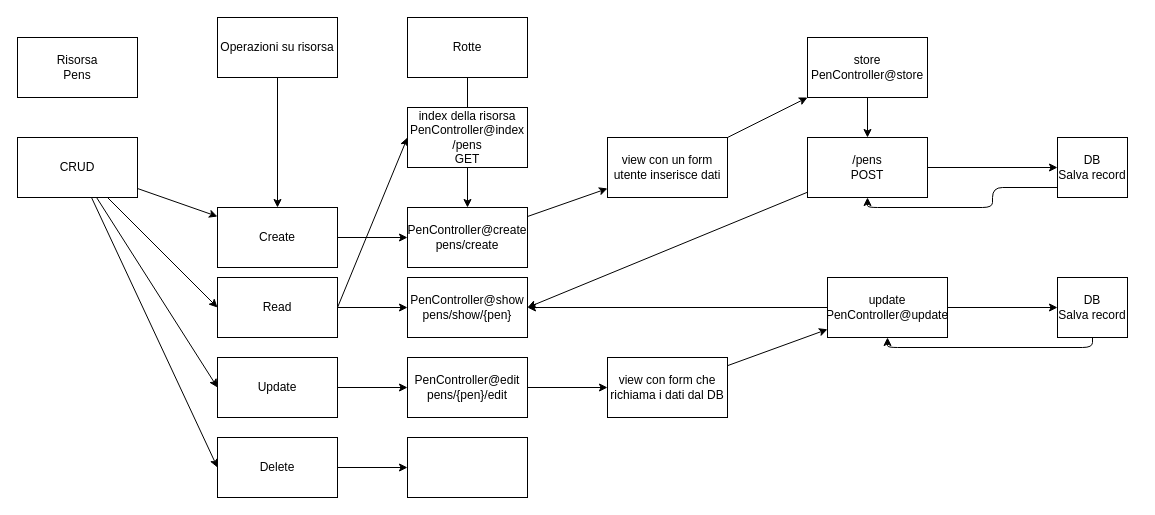
ChiaraPassaro/class49-crud-2 keeps this draw.io diagram as Crud.drawio. Above is the earlier version. Source tidied: cells renumbered, new cells numbered last; positions are measured from the earlier drawing's top-left corner, leaving out a move shared by most shapes. Both pictures are drawn from the tidied source at 100%, with x=0, y=0 at pixel (17, 17).
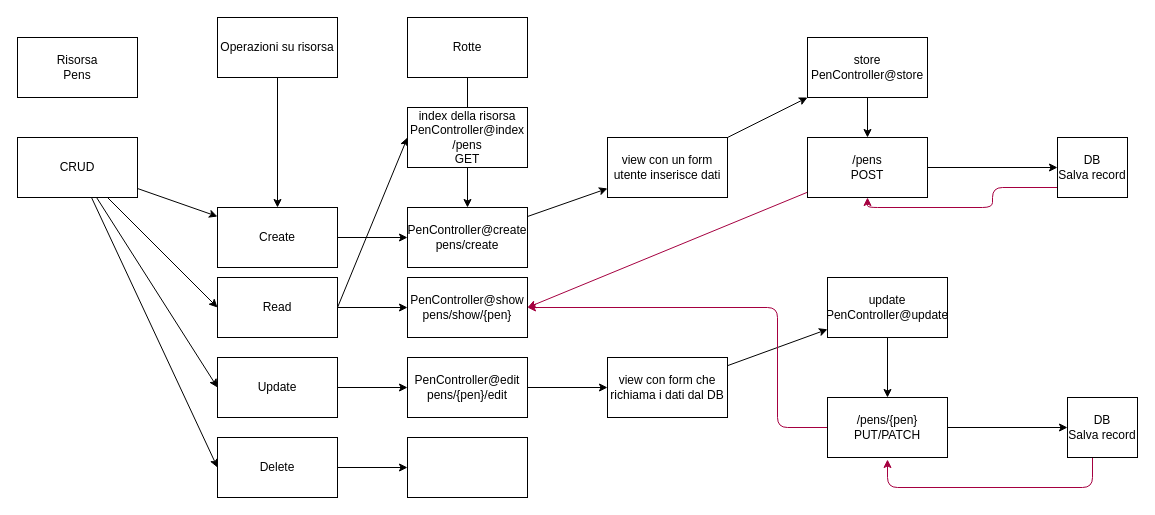
The same page after the edit.

Unchanged cells that the change refers to:
```xml
<mxCell id="23" value="PenController@show&lt;br&gt;pens/show/{pen}" style="rounded=0;whiteSpace=wrap;html=1;" parent="1" vertex="1">
  <mxGeometry x="390" y="260" width="120" height="60" as="geometry" />
</mxCell>
<mxCell id="33" value="/pens&lt;br&gt;POST" style="rounded=0;whiteSpace=wrap;html=1;" parent="1" vertex="1">
  <mxGeometry x="790" y="120" width="120" height="60" as="geometry" />
</mxCell>
<mxCell id="37" value="DB&lt;br&gt;Salva record" style="rounded=0;whiteSpace=wrap;html=1;" parent="1" vertex="1">
  <mxGeometry x="1040" y="120" width="70" height="60" as="geometry" />
</mxCell>
<mxCell id="42" value="update&lt;br&gt;PenController@update" style="rounded=0;whiteSpace=wrap;html=1;" parent="1" vertex="1">
  <mxGeometry x="810" y="260" width="120" height="60" as="geometry" />
</mxCell>
```

What changed in the source:
```diff
@@
-    <mxCell id="32" style="html=1;entryX=1;entryY=0.5;entryDx=0;entryDy=0;" parent="1" edge="1" source="33" target="23">
+    <mxCell id="32" style="html=1;entryX=1;entryY=0.5;entryDx=0;entryDy=0;fillColor=#d80073;strokeColor=#A50040;" parent="1" edge="1" source="33" target="23">
       <mxGeometry relative="1" as="geometry" />
     </mxCell>
@@
-    <mxCell id="36" style="edgeStyle=orthogonalEdgeStyle;html=1;entryX=0.5;entryY=1;entryDx=0;entryDy=0;" parent="1" edge="1" source="37" target="33">
+    <mxCell id="36" style="edgeStyle=orthogonalEdgeStyle;html=1;entryX=0.5;entryY=1;entryDx=0;entryDy=0;fillColor=#d80073;strokeColor=#A50040;" parent="1" edge="1" source="37" target="33">
       <mxGeometry relative="1" as="geometry">
         <Array as="points">
           <mxPoint x="975" y="170" />
           <mxPoint x="975" y="190" />
           <mxPoint x="850" y="190" />
         </Array>
       </mxGeometry>
     </mxCell>
@@
-    <mxCell id="40" style="edgeStyle=none;html=1;" parent="1" edge="1" source="42" target="44">
+    <mxCell id="40" style="edgeStyle=none;html=1;exitX=1;exitY=0.5;exitDx=0;exitDy=0;" parent="1" edge="1" source="46" target="44">
       <mxGeometry relative="1" as="geometry" />
     </mxCell>
-    <mxCell id="41" style="edgeStyle=orthogonalEdgeStyle;html=1;" parent="1" edge="1" source="42" target="23">
-      <mxGeometry relative="1" as="geometry" />
+    <mxCell id="41" style="edgeStyle=orthogonalEdgeStyle;html=1;fillColor=#d80073;strokeColor=#A50040;exitX=0;exitY=0.5;exitDx=0;exitDy=0;entryX=1;entryY=0.5;entryDx=0;entryDy=0;" parent="1" edge="1" source="46" target="23">
+      <mxGeometry relative="1" as="geometry">
+        <Array as="points">
+          <mxPoint x="760" y="410" />
+          <mxPoint x="760" y="290" />
+        </Array>
+      </mxGeometry>
     </mxCell>
+    <mxCell id="45" style="edgeStyle=none;html=1;" parent="1" edge="1" source="42" target="46">
+      <mxGeometry relative="1" as="geometry" />
+    </mxCell>
@@
-    <mxCell id="43" style="edgeStyle=orthogonalEdgeStyle;html=1;" parent="1" edge="1" source="44" target="42">
+    <mxCell id="43" style="edgeStyle=orthogonalEdgeStyle;html=1;fillColor=#d80073;strokeColor=#A50040;" parent="1" edge="1" source="44">
       <mxGeometry relative="1" as="geometry">
+        <mxPoint x="870" y="442" as="targetPoint" />
         <Array as="points">
-          <mxPoint x="1075" y="330" />
-          <mxPoint x="870" y="330" />
+          <mxPoint x="1075" y="470" />
+          <mxPoint x="870" y="470" />
         </Array>
       </mxGeometry>
     </mxCell>
     <mxCell id="44" value="DB&lt;br&gt;Salva record" style="rounded=0;whiteSpace=wrap;html=1;" parent="1" vertex="1">
-      <mxGeometry x="1040" y="260" width="70" height="60" as="geometry" />
+      <mxGeometry x="1050" y="380" width="70" height="60" as="geometry" />
     </mxCell>
+    <mxCell id="46" value="/pens/{pen}&lt;br&gt;PUT/PATCH" style="rounded=0;whiteSpace=wrap;html=1;" parent="1" vertex="1">
+      <mxGeometry x="810" y="380" width="120" height="60" as="geometry" />
+    </mxCell>
```
